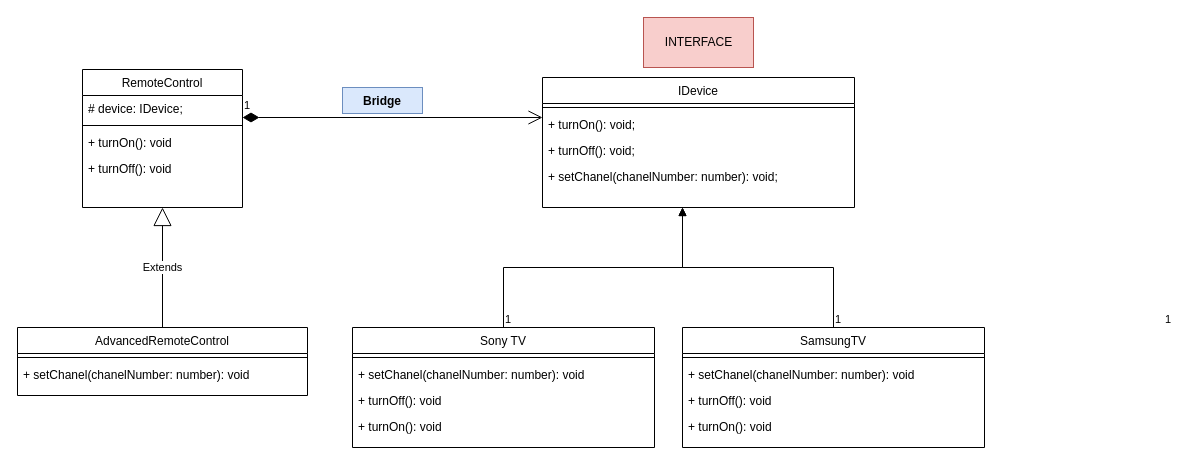
Before: src/patterns/Structural/Bridge/Діаграма без назви.drawio in roman89ua/DesignPatterns, a draw.io diagram. Source tidied: cells renumbered, new cells numbered last; positions are measured from the earlier drawing's top-left corner, leaving out a move shared by most shapes. Both pictures are drawn from the tidied source at 100%, with x=0, y=0 at pixel (17, 17).
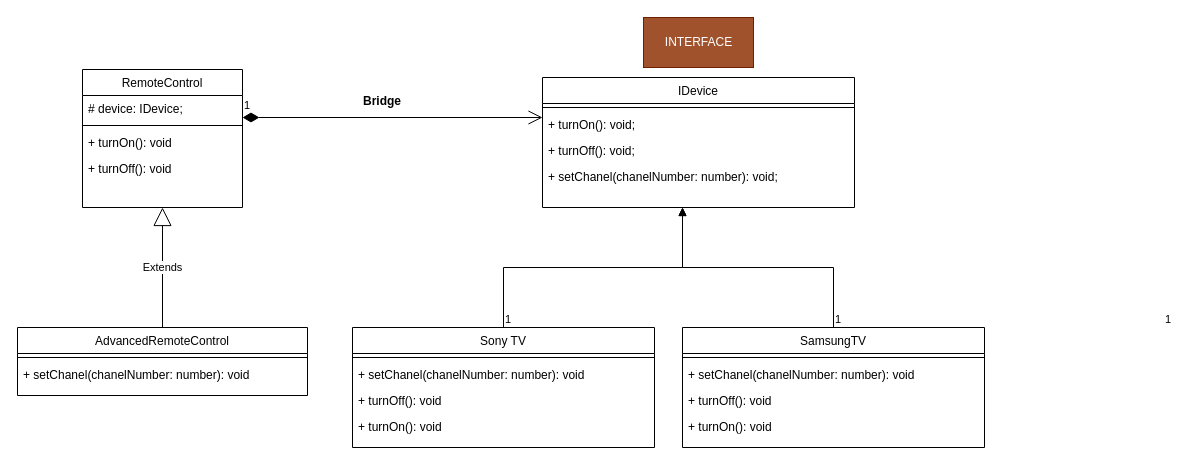
The same diagram, later.

Change to the diagram source:
```diff
@@
-    <mxCell id="31" value="INTERFACE" style="html=1;fillColor=#f8cecc;strokeColor=#b85450;" parent="1" vertex="1">
+    <mxCell id="31" value="INTERFACE" style="html=1;fillColor=#a0522d;strokeColor=#6D1F00;fontColor=#ffffff;" parent="1" vertex="1">
       <mxGeometry x="626" width="110" height="50" as="geometry" />
     </mxCell>
@@
-    <mxCell id="34" value="Bridge" style="text;align=center;fontStyle=1;verticalAlign=middle;spacingLeft=3;spacingRight=3;strokeColor=#6c8ebf;fillColor=#dae8fc;" parent="1" vertex="1">
+    <mxCell id="34" value="Bridge" style="text;align=center;fontStyle=1;verticalAlign=middle;spacingLeft=3;spacingRight=3;" parent="1" vertex="1">
       <mxGeometry x="325" y="70" width="80" height="26" as="geometry" />
     </mxCell>
```
